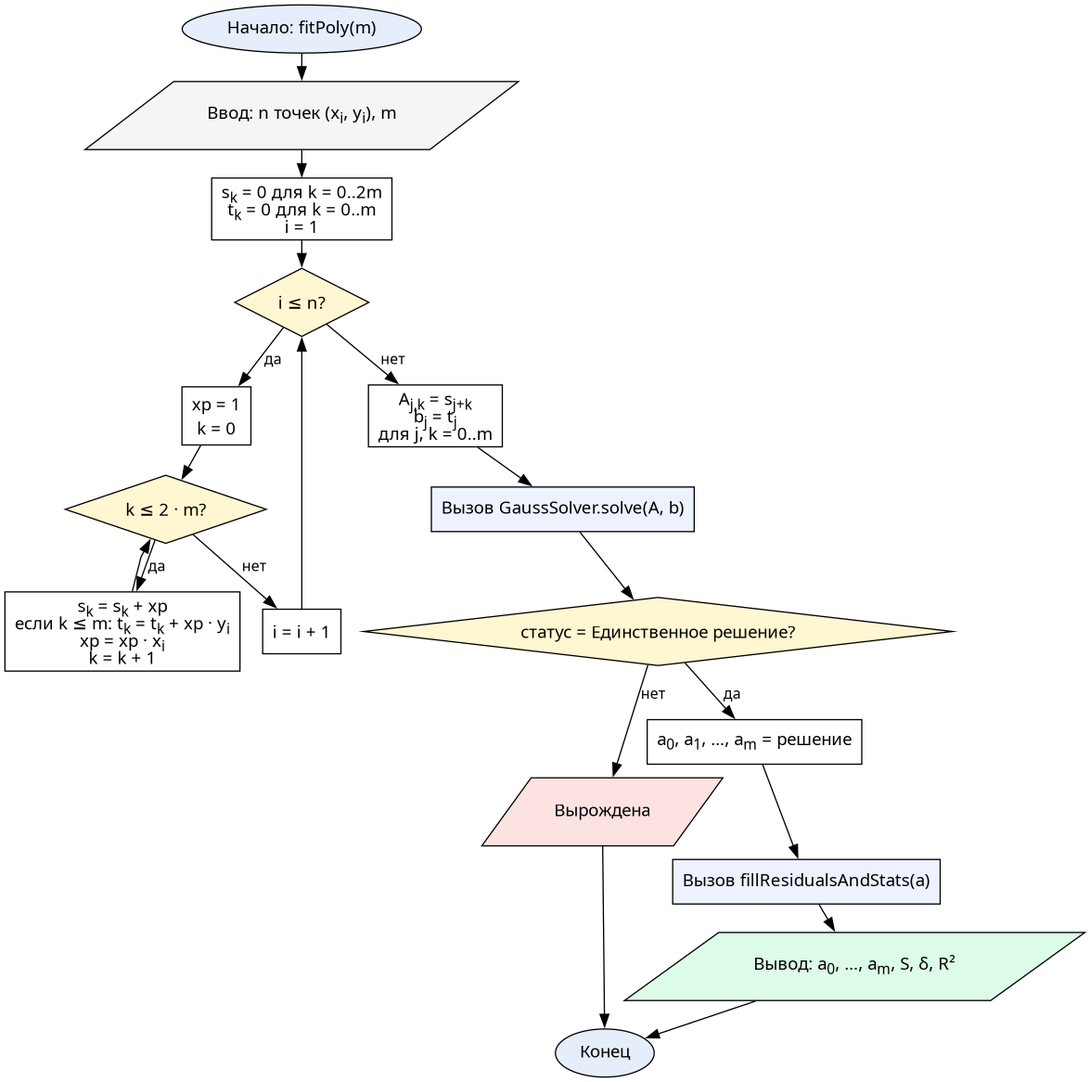
Before: reports/resources/flowcharts/ls_poly.png, a diagram exported from Graphviz (Oriptal/calc-math-lab2). Its source is kept beside it as reports/resources/flowcharts/ls_poly.dot.
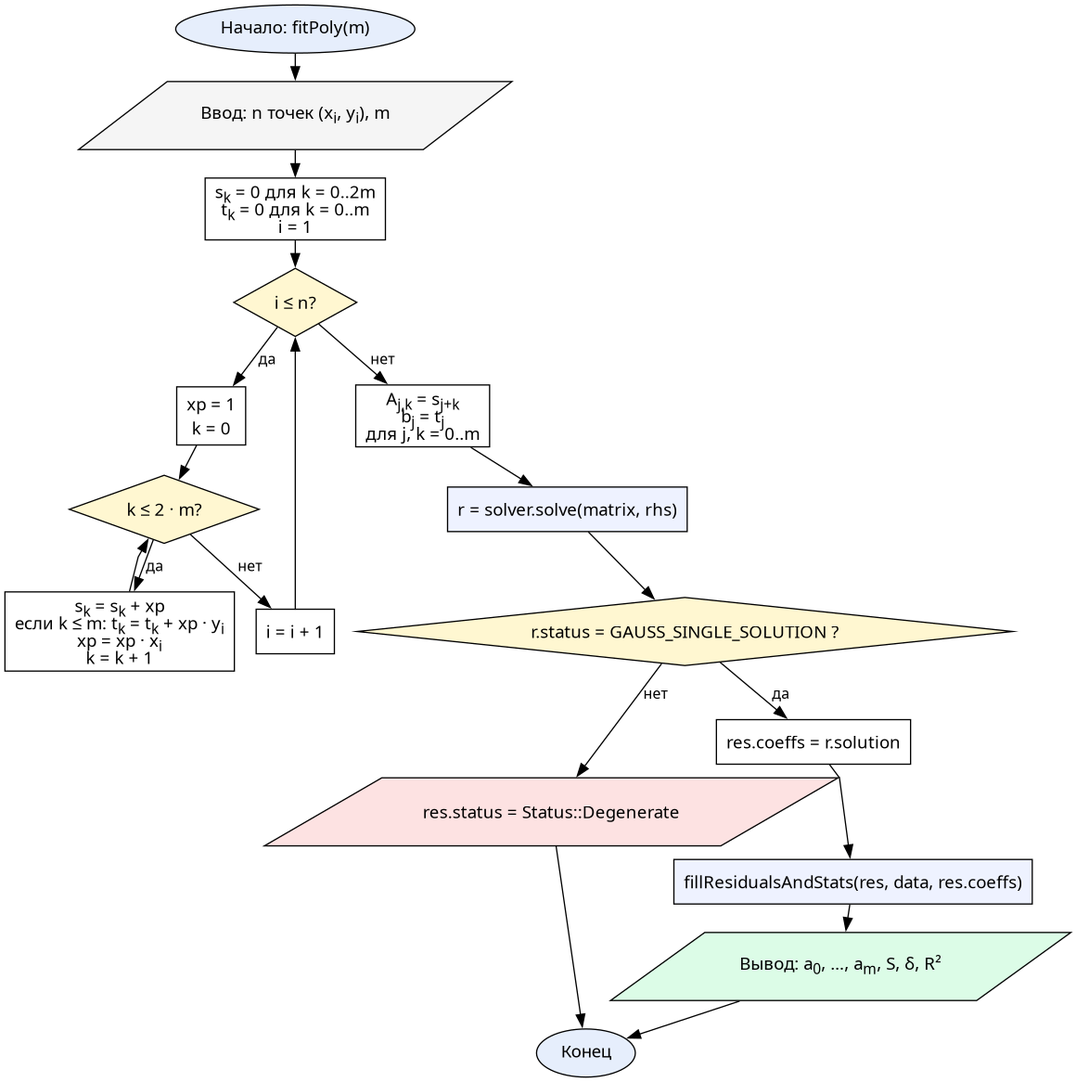
After the commit.

Diff of the diagram source:
```diff
@@ -12,11 +12,11 @@
   acc    [label=<s<SUB>k</SUB> = s<SUB>k</SUB> + xp<BR/>если k ≤ m: t<SUB>k</SUB> = t<SUB>k</SUB> + xp · y<SUB>i</SUB><BR/>xp = xp · x<SUB>i</SUB><BR/>k = k + 1>, shape=box]
   next1  [label=<i = i + 1>, shape=box]
   build  [label=<A<SUB>j,k</SUB> = s<SUB>j+k</SUB><BR/>b<SUB>j</SUB> = t<SUB>j</SUB><BR/>для j, k = 0..m>, shape=box]
-  gauss  [label="Вызов GaussSolver.solve(A, b)", shape=box, fillcolor="#eef2ff"]
-  check  [label=<статус = Единственное решение?>, shape=diamond, fillcolor="#fff7d1"]
-  degen  [label="Вырождена", shape=parallelogram, fillcolor="#fde2e2"]
-  setc   [label=<a<SUB>0</SUB>, a<SUB>1</SUB>, …, a<SUB>m</SUB> = решение>, shape=box]
-  stats  [label="Вызов fillResidualsAndStats(a)", shape=box, fillcolor="#eef2ff"]
+  gauss  [label=<r = solver.solve(matrix, rhs)>, shape=box, fillcolor="#eef2ff"]
+  check  [label=<r.status = GAUSS_SINGLE_SOLUTION ?>, shape=diamond, fillcolor="#fff7d1"]
+  degen  [label=<res.status = Status::Degenerate>, shape=parallelogram, fillcolor="#fde2e2"]
+  setc   [label=<res.coeffs = r.solution>, shape=box]
+  stats  [label=<fillResidualsAndStats(res, data, res.coeffs)>, shape=box, fillcolor="#eef2ff"]
   output [label=<Вывод: a<SUB>0</SUB>, …, a<SUB>m</SUB>, S, δ, R²>, shape=parallelogram, fillcolor="#dcfce7"]
   stop   [label="Конец", shape=oval, fillcolor="#e6eefc"]
 
```
